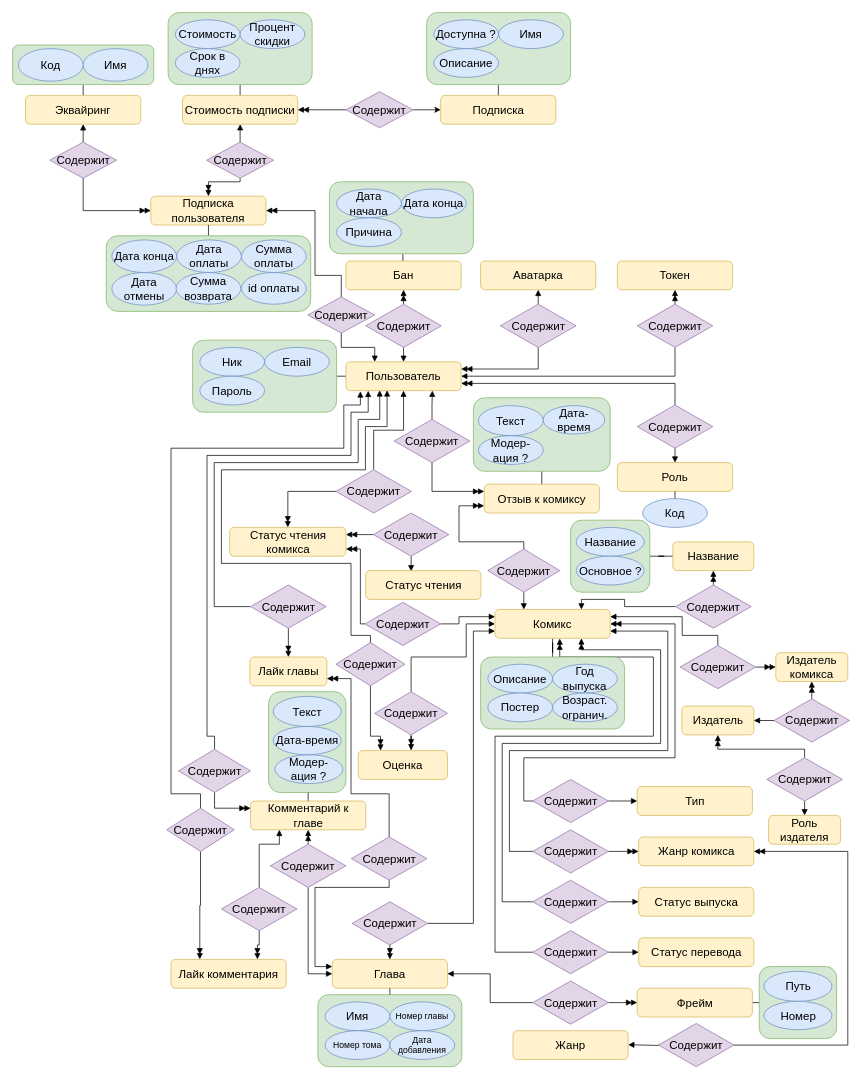
Zamelane/exams-3-course keeps this draw.io diagram as page "Концептуальная" (1 of 3) of ПМ.11/Модели базы данных.drawio. Above is the earlier version. Source tidied: cells renumbered, new cells numbered last; positions are measured from the earlier drawing's top-left corner, leaving out a move shared by most shapes. Both pictures are drawn from the tidied source at 72%, with x=0, y=0 at pixel (12, 12).
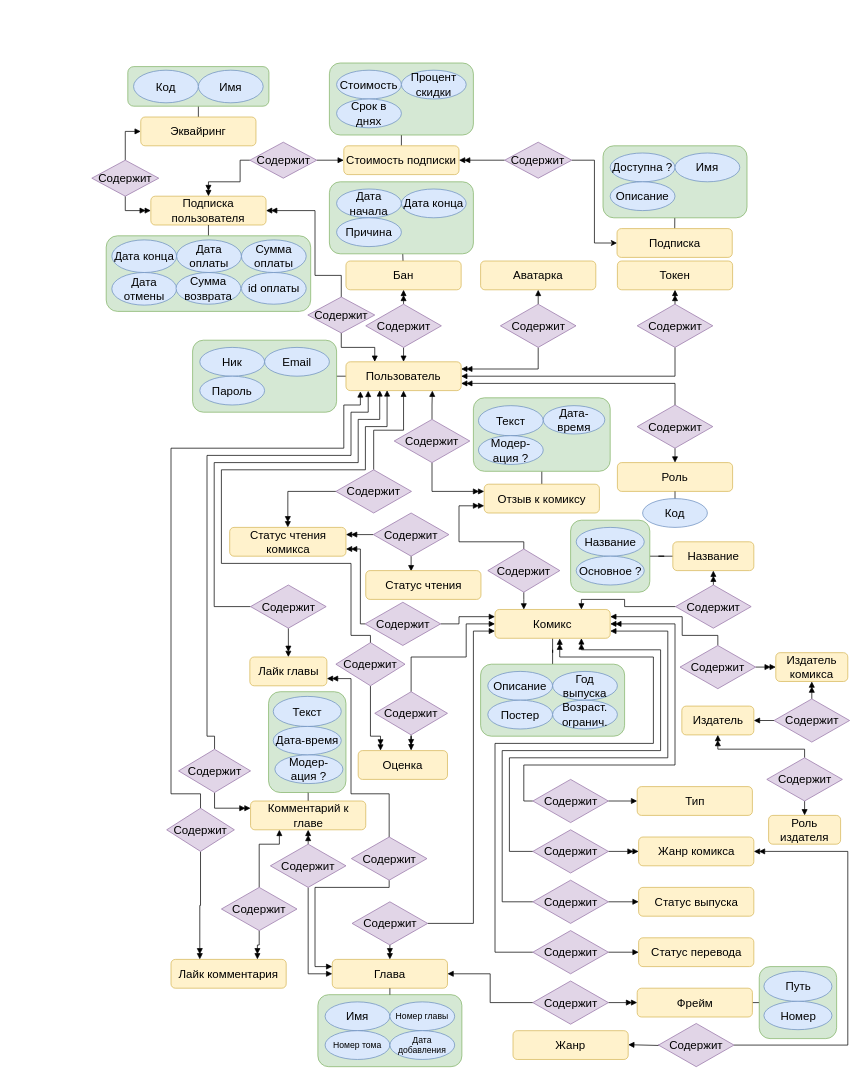
The same page after the edit.

The change refers to these unchanged cells:
```xml
<mxCell id="44" value="&lt;font style=&quot;font-size: 16px;&quot;&gt;Комикс&lt;/font&gt;" style="rounded=1;whiteSpace=wrap;html=1;fillColor=#fff2cc;strokeColor=#d6b656;" parent="1" vertex="1">
  <mxGeometry x="670" y="829" width="160" height="40" as="geometry" />
</mxCell>
<mxCell id="57" value="&lt;font style=&quot;font-size: 16px;&quot;&gt;Содержит&lt;/font&gt;" style="rhombus;whiteSpace=wrap;html=1;rounded=0;strokeColor=#9673a6;align=center;verticalAlign=middle;fontFamily=Helvetica;fontSize=12;fillColor=#e1d5e7;" parent="1" vertex="1">
  <mxGeometry x="722.5" y="1065" width="105" height="60" as="geometry" />
</mxCell>
<mxCell id="72" value="&lt;font style=&quot;font-size: 16px;&quot;&gt;Содержит&lt;/font&gt;" style="rhombus;whiteSpace=wrap;html=1;rounded=0;strokeColor=#9673a6;align=center;verticalAlign=middle;fontFamily=Helvetica;fontSize=12;fillColor=#e1d5e7;" parent="1" vertex="1">
  <mxGeometry x="722.5" y="1135" width="105" height="60" as="geometry" />
</mxCell>
<mxCell id="75" value="&lt;font style=&quot;font-size: 16px;&quot;&gt;Содержит&lt;/font&gt;" style="rhombus;whiteSpace=wrap;html=1;rounded=0;strokeColor=#9673a6;align=center;verticalAlign=middle;fontFamily=Helvetica;fontSize=12;fillColor=#e1d5e7;" parent="1" vertex="1">
  <mxGeometry x="722.5" y="1275" width="105" height="60" as="geometry" />
</mxCell>
<mxCell id="135" value="&lt;font style=&quot;font-size: 16px;&quot;&gt;Содержит&lt;/font&gt;" style="rhombus;whiteSpace=wrap;html=1;rounded=0;strokeColor=#9673a6;align=center;verticalAlign=middle;fontFamily=Helvetica;fontSize=12;fillColor=#e1d5e7;" parent="1" vertex="1">
  <mxGeometry x="722.5" y="1205" width="105" height="60" as="geometry" />
</mxCell>
<mxCell id="136" value="&lt;font style=&quot;font-size: 16px;&quot;&gt;Подписка пользователя&lt;/font&gt;" style="rounded=1;whiteSpace=wrap;html=1;fillColor=#fff2cc;strokeColor=#d6b656;" parent="1" vertex="1">
  <mxGeometry x="192" y="255" width="160" height="40" as="geometry" />
</mxCell>
```

Change to the diagram source:
```diff
@@
     <mxCell id="38" style="edgeStyle=orthogonalEdgeStyle;rounded=0;jettySize=auto;html=1;exitX=1;exitY=0.75;exitDx=0;exitDy=0;strokeColor=default;align=center;verticalAlign=middle;fontFamily=Helvetica;fontSize=12;fontColor=default;labelBackgroundColor=default;endArrow=none;endFill=0;entryX=0;entryY=0.5;entryDx=0;entryDy=0;startArrow=block;startFill=1;" parent="1" edge="1" source="44" target="72">
       <mxGeometry relative="1" as="geometry">
         <Array as="points">
           <mxPoint x="910" y="859" />
-          <mxPoint x="910" y="1025" />
-          <mxPoint x="690" y="1025" />
+          <mxPoint x="910" y="1035" />
+          <mxPoint x="690" y="1035" />
           <mxPoint x="690" y="1165" />
         </Array>
       </mxGeometry>
     </mxCell>
     <mxCell id="39" style="edgeStyle=orthogonalEdgeStyle;rounded=0;jettySize=auto;html=1;exitX=0.75;exitY=1;exitDx=0;exitDy=0;entryX=0;entryY=0.5;entryDx=0;entryDy=0;strokeColor=default;align=center;verticalAlign=middle;fontFamily=Helvetica;fontSize=12;fontColor=default;labelBackgroundColor=default;endArrow=none;endFill=0;startArrow=doubleBlock;startFill=1;" parent="1" edge="1" source="44" target="135">
       <mxGeometry relative="1" as="geometry">
         <Array as="points">
           <mxPoint x="790" y="885" />
           <mxPoint x="900" y="885" />
-          <mxPoint x="900" y="1015" />
-          <mxPoint x="680" y="1015" />
+          <mxPoint x="900" y="1025" />
+          <mxPoint x="680" y="1025" />
           <mxPoint x="680" y="1235" />
         </Array>
       </mxGeometry>
     </mxCell>
@@
     <mxCell id="43" style="edgeStyle=orthogonalEdgeStyle;rounded=0;jettySize=auto;html=1;exitX=0.562;exitY=1.009;exitDx=0;exitDy=0;strokeColor=default;align=center;verticalAlign=middle;fontFamily=Helvetica;fontSize=12;fontColor=default;labelBackgroundColor=default;endArrow=none;endFill=0;entryX=0;entryY=0.5;entryDx=0;entryDy=0;startArrow=doubleBlock;startFill=1;exitPerimeter=0;" parent="1" edge="1" source="44" target="75">
       <mxGeometry relative="1" as="geometry">
         <Array as="points">
           <mxPoint x="760" y="895" />
           <mxPoint x="890" y="895" />
-          <mxPoint x="890" y="1005" />
-          <mxPoint x="670" y="1005" />
+          <mxPoint x="890" y="1015" />
+          <mxPoint x="670" y="1015" />
           <mxPoint x="670" y="1305" />
         </Array>
       </mxGeometry>
     </mxCell>
@@
     <mxCell id="55" style="edgeStyle=orthogonalEdgeStyle;rounded=0;jettySize=auto;html=1;exitX=0;exitY=0.5;exitDx=0;exitDy=0;entryX=1;entryY=0.5;entryDx=0;entryDy=0;strokeColor=default;align=center;verticalAlign=middle;fontFamily=Helvetica;fontSize=12;fontColor=default;labelBackgroundColor=default;endArrow=doubleBlock;endFill=1;" parent="1" edge="1" source="57" target="44">
       <mxGeometry relative="1" as="geometry">
         <Array as="points">
           <mxPoint x="710" y="1095" />
-          <mxPoint x="710" y="1035" />
-          <mxPoint x="920" y="1035" />
+          <mxPoint x="710" y="1045" />
+          <mxPoint x="920" y="1045" />
           <mxPoint x="920" y="849" />
         </Array>
       </mxGeometry>
     </mxCell>
@@
     <mxCell id="76" style="group;" parent="1" vertex="1">
-      <mxGeometry x="650" y="895" width="200" height="100" as="geometry" />
+      <mxGeometry x="650" y="905" width="200" height="100" as="geometry" />
     </mxCell>
@@
     <mxCell id="140" value="&lt;font style=&quot;font-size: 16px;&quot;&gt;Подписка&lt;/font&gt;" style="rounded=1;whiteSpace=wrap;html=1;fillColor=#fff2cc;strokeColor=#d6b656;" parent="1" vertex="1">
-      <mxGeometry x="594.5" y="115" width="160" height="40" as="geometry" />
+      <mxGeometry x="839.5" y="300" width="160" height="40" as="geometry" />
     </mxCell>
-    <mxCell id="141" style="edgeStyle=orthogonalEdgeStyle;rounded=0;jettySize=auto;html=1;exitX=0.5;exitY=1;exitDx=0;exitDy=0;entryX=0.5;entryY=0;entryDx=0;entryDy=0;strokeColor=default;align=center;verticalAlign=middle;fontFamily=Helvetica;fontSize=12;fontColor=default;labelBackgroundColor=default;endArrow=doubleBlock;endFill=1;" parent="1" edge="1" source="143" target="136">
+    <mxCell id="141" style="edgeStyle=orthogonalEdgeStyle;rounded=0;jettySize=auto;html=1;exitX=0;exitY=0.5;exitDx=0;exitDy=0;entryX=0.5;entryY=0;entryDx=0;entryDy=0;strokeColor=default;align=center;verticalAlign=middle;fontFamily=Helvetica;fontSize=12;fontColor=default;labelBackgroundColor=default;endArrow=doubleBlock;endFill=1;" parent="1" edge="1" source="143" target="136">
       <mxGeometry relative="1" as="geometry">
         <Array as="points">
+          <mxPoint x="316" y="205" />
           <mxPoint x="316" y="235" />
           <mxPoint x="272" y="235" />
         </Array>
       </mxGeometry>
     </mxCell>
-    <mxCell id="142" style="edgeStyle=orthogonalEdgeStyle;rounded=0;jettySize=auto;html=1;exitX=0.5;exitY=0;exitDx=0;exitDy=0;entryX=0.5;entryY=1;entryDx=0;entryDy=0;endArrow=block;endFill=1;" parent="1" edge="1" source="143" target="149">
+    <mxCell id="142" style="edgeStyle=orthogonalEdgeStyle;rounded=0;jettySize=auto;html=1;exitX=1;exitY=0.5;exitDx=0;exitDy=0;entryX=0;entryY=0.5;entryDx=0;entryDy=0;endArrow=block;endFill=1;" parent="1" edge="1" source="143" target="149">
       <mxGeometry relative="1" as="geometry" />
     </mxCell>
     <mxCell id="143" value="&lt;font style=&quot;font-size: 16px;&quot;&gt;Содержит&lt;/font&gt;" style="rhombus;whiteSpace=wrap;html=1;rounded=0;strokeColor=#9673a6;align=center;verticalAlign=middle;fontFamily=Helvetica;fontSize=12;fillColor=#e1d5e7;" parent="1" vertex="1">
-      <mxGeometry x="269.5" y="180" width="93" height="50" as="geometry" />
+      <mxGeometry x="329.5" y="180" width="93" height="50" as="geometry" />
     </mxCell>
@@
     <mxCell id="149" value="&lt;font style=&quot;font-size: 16px;&quot;&gt;Стоимость подписки&lt;/font&gt;" style="rounded=1;whiteSpace=wrap;html=1;fillColor=#fff2cc;strokeColor=#d6b656;" parent="1" vertex="1">
-      <mxGeometry x="236" y="115" width="160" height="40" as="geometry" />
+      <mxGeometry x="460" y="185" width="160" height="40" as="geometry" />
     </mxCell>
     <mxCell id="150" style="group;" parent="1" vertex="1">
-      <mxGeometry x="216" width="200" height="100" as="geometry" />
+      <mxGeometry x="440" y="70" width="200" height="100" as="geometry" />
     </mxCell>
@@
     <mxCell id="157" value="&lt;font style=&quot;font-size: 16px;&quot;&gt;Содержит&lt;/font&gt;" style="rhombus;whiteSpace=wrap;html=1;rounded=0;strokeColor=#9673a6;align=center;verticalAlign=middle;fontFamily=Helvetica;fontSize=12;fillColor=#e1d5e7;" parent="1" vertex="1">
-      <mxGeometry x="463" y="110" width="93.2" height="50" as="geometry" />
+      <mxGeometry x="683.4" y="180" width="93.2" height="50" as="geometry" />
     </mxCell>
@@
     <mxCell id="165" value="&lt;font style=&quot;font-size: 16px;&quot;&gt;Эквайринг&lt;/font&gt;" style="rounded=1;whiteSpace=wrap;html=1;fillColor=#fff2cc;strokeColor=#d6b656;" parent="1" vertex="1">
-      <mxGeometry x="18" y="115" width="160" height="40" as="geometry" />
+      <mxGeometry x="178" y="145" width="160" height="40" as="geometry" />
     </mxCell>
@@
     <mxCell id="170" style="group;" parent="1" vertex="1">
-      <mxGeometry y="45" width="196" height="55" as="geometry" />
+      <mxGeometry x="160" y="75" width="196" height="55" as="geometry" />
     </mxCell>
@@
-    <mxCell id="174" style="edgeStyle=orthogonalEdgeStyle;rounded=0;jettySize=auto;html=1;exitX=0.5;exitY=0;exitDx=0;exitDy=0;entryX=0.5;entryY=1;entryDx=0;entryDy=0;strokeColor=default;align=center;verticalAlign=middle;fontFamily=Helvetica;fontSize=12;fontColor=default;labelBackgroundColor=default;endArrow=block;endFill=1;" parent="1" edge="1" source="176" target="165">
+    <mxCell id="174" style="edgeStyle=orthogonalEdgeStyle;rounded=0;jettySize=auto;html=1;exitX=0.5;exitY=0;exitDx=0;exitDy=0;entryX=0;entryY=0.5;entryDx=0;entryDy=0;strokeColor=default;align=center;verticalAlign=middle;fontFamily=Helvetica;fontSize=12;fontColor=default;labelBackgroundColor=default;endArrow=block;endFill=1;" parent="1" edge="1" source="176" target="165">
       <mxGeometry relative="1" as="geometry" />
     </mxCell>
@@
     <mxCell id="176" value="&lt;font style=&quot;font-size: 16px;&quot;&gt;Содержит&lt;/font&gt;" style="rhombus;whiteSpace=wrap;html=1;rounded=0;strokeColor=#9673a6;align=center;verticalAlign=middle;fontFamily=Helvetica;fontSize=12;fillColor=#e1d5e7;" parent="1" vertex="1">
-      <mxGeometry x="51.5" y="180" width="93" height="50" as="geometry" />
+      <mxGeometry x="110" y="205" width="93" height="50" as="geometry" />
     </mxCell>
@@
     <mxCell id="185" style="group;" parent="1" vertex="1">
-      <mxGeometry x="575" width="200" height="100" as="geometry" />
+      <mxGeometry x="820" y="185" width="200" height="100" as="geometry" />
     </mxCell>
```
